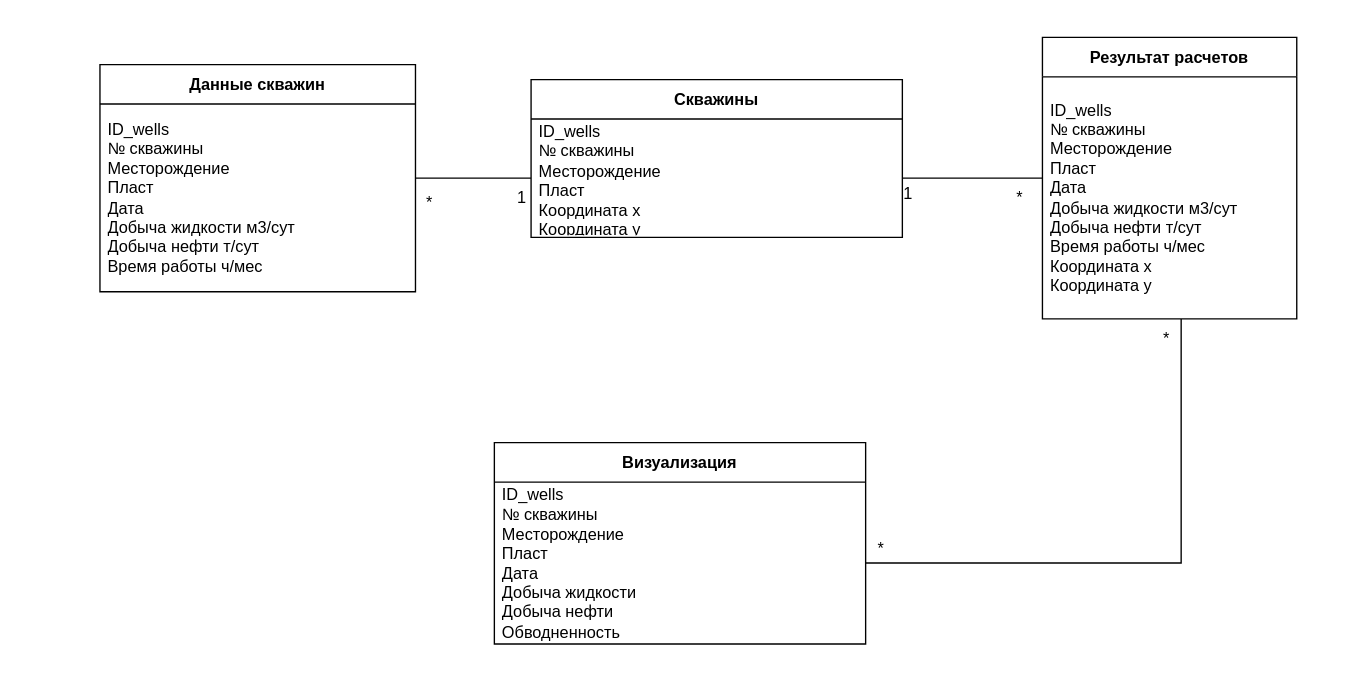
Above: page "Логическая модель данных" (5 of 5) of UML diagramms.drawio in KonstantinBatrakov/BPMN_EPC_IDEF0_UML (draw.io), before the change. Source tidied: cells renumbered, new cells numbered last; positions are measured from the earlier drawing's top-left corner, leaving out a move shared by most shapes. Both pictures are drawn from the tidied source at 136%, with x=0, y=0 at pixel (99, 37).
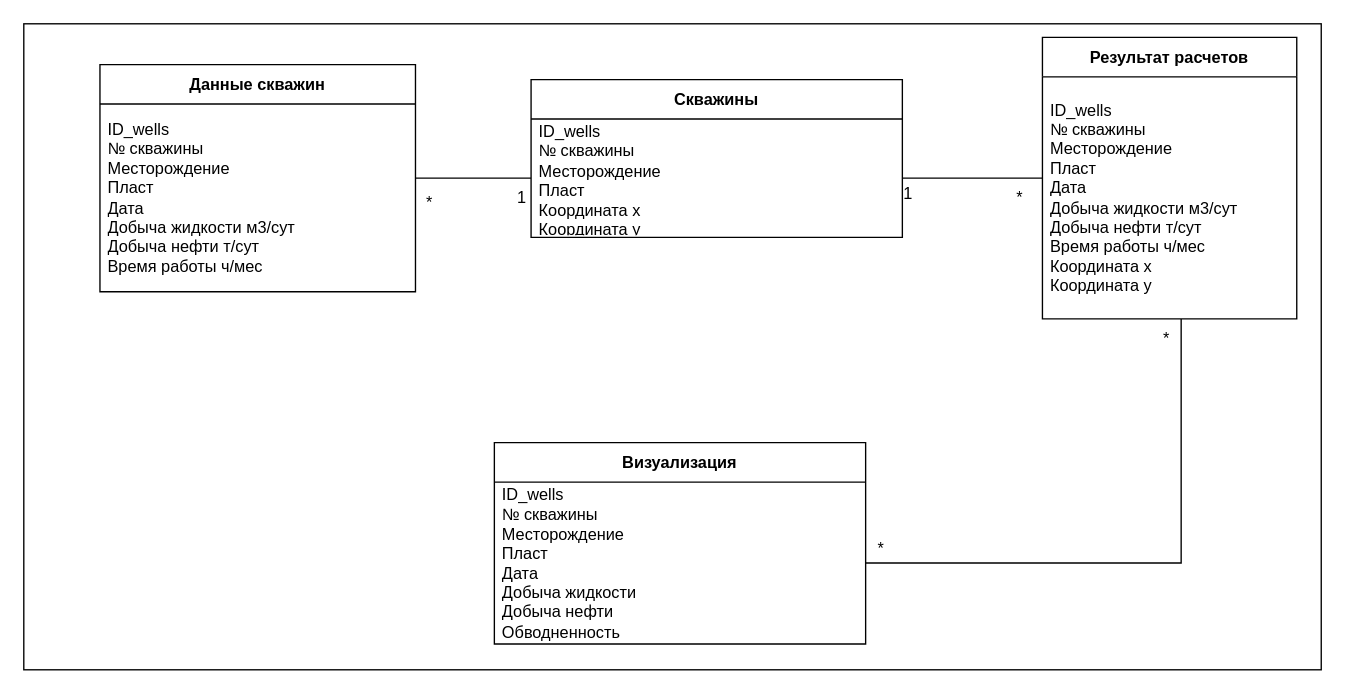
After the change.

What changed in the source:
```diff
@@
+    <mxCell id="19" style="rounded=0;whiteSpace=wrap;html=1;" parent="1" vertex="1">
+      <mxGeometry x="-56" y="-10" width="954" height="475" as="geometry" />
+    </mxCell>
```
